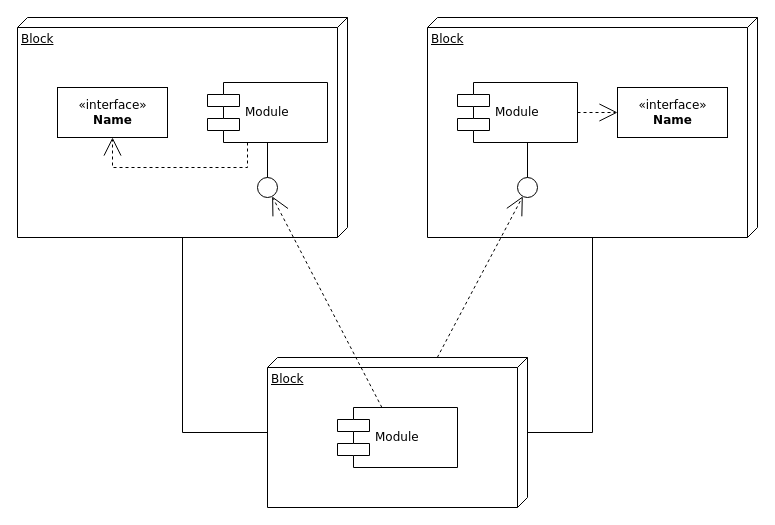
Earlier version of the draw.io diagram Untitled Diagram.drawio (IQ-Devs/gate). Source tidied: cells renumbered, new cells numbered last; positions are measured from the earlier drawing's top-left corner, leaving out a move shared by most shapes. Both pictures are drawn from the tidied source at 100%, with x=0, y=0 at pixel (17, 17).
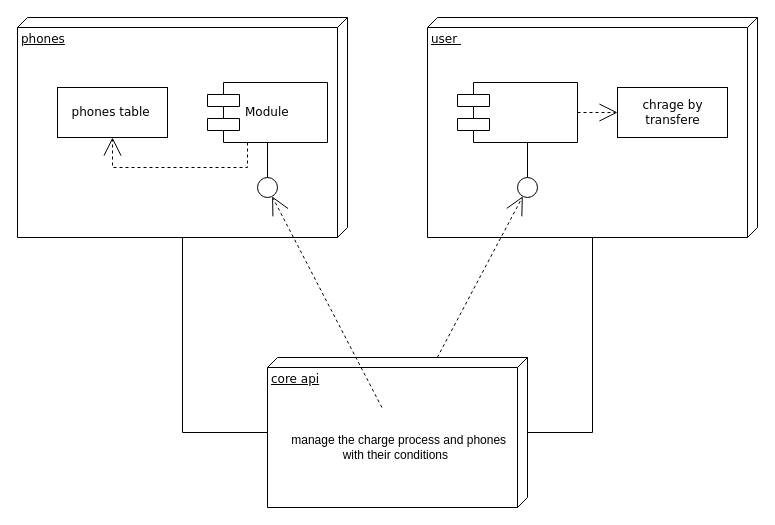
The same page after the edit.

Commit message:
first shape of the structure \

The change refers to these unchanged cells:
```xml
<mxCell id="7" style="ellipse;whiteSpace=wrap;html=1;rounded=0;shadow=0;comic=0;labelBackgroundColor=none;strokeWidth=1;fontFamily=Verdana;fontSize=12;align=center;" parent="1" vertex="1">
  <mxGeometry x="240" y="160" width="20" height="20" as="geometry" />
</mxCell>
```

What changed in the source:
```diff
@@
-    <mxCell id="2" value="Block" style="verticalAlign=top;align=left;spacingTop=8;spacingLeft=2;spacingRight=12;shape=cube;size=10;direction=south;fontStyle=4;html=1;rounded=0;shadow=0;comic=0;labelBackgroundColor=none;strokeWidth=1;fontFamily=Verdana;fontSize=12;" parent="1" vertex="1">
+    <mxCell id="2" value="phones&lt;br&gt;" style="verticalAlign=top;align=left;spacingTop=8;spacingLeft=2;spacingRight=12;shape=cube;size=10;direction=south;fontStyle=4;html=1;rounded=0;shadow=0;comic=0;labelBackgroundColor=none;strokeWidth=1;fontFamily=Verdana;fontSize=12;" parent="1" vertex="1">
       <mxGeometry width="330" height="220" as="geometry" />
     </mxCell>
-    <mxCell id="3" value="Block" style="verticalAlign=top;align=left;spacingTop=8;spacingLeft=2;spacingRight=12;shape=cube;size=10;direction=south;fontStyle=4;html=1;rounded=0;shadow=0;comic=0;labelBackgroundColor=none;strokeWidth=1;fontFamily=Verdana;fontSize=12;" parent="1" vertex="1">
+    <mxCell id="3" value="user&amp;nbsp;" style="verticalAlign=top;align=left;spacingTop=8;spacingLeft=2;spacingRight=12;shape=cube;size=10;direction=south;fontStyle=4;html=1;rounded=0;shadow=0;comic=0;labelBackgroundColor=none;strokeWidth=1;fontFamily=Verdana;fontSize=12;" parent="1" vertex="1">
       <mxGeometry x="410" width="330" height="220" as="geometry" />
     </mxCell>
-    <mxCell id="4" value="Block" style="verticalAlign=top;align=left;spacingTop=8;spacingLeft=2;spacingRight=12;shape=cube;size=10;direction=south;fontStyle=4;html=1;rounded=0;shadow=0;comic=0;labelBackgroundColor=none;strokeWidth=1;fontFamily=Verdana;fontSize=12;" parent="1" vertex="1">
+    <mxCell id="4" value="core api" style="verticalAlign=top;align=left;spacingTop=8;spacingLeft=2;spacingRight=12;shape=cube;size=10;direction=south;fontStyle=4;html=1;rounded=0;shadow=0;comic=0;labelBackgroundColor=none;strokeWidth=1;fontFamily=Verdana;fontSize=12;" parent="1" vertex="1">
       <mxGeometry x="250" y="340" width="260" height="150" as="geometry" />
     </mxCell>
-    <mxCell id="5" value="&amp;laquo;interface&amp;raquo;&lt;br&gt;&lt;b&gt;Name&lt;/b&gt;" style="html=1;rounded=0;shadow=0;comic=0;labelBackgroundColor=none;strokeWidth=1;fontFamily=Verdana;fontSize=12;align=center;" parent="1" vertex="1">
+    <mxCell id="5" value="phones table&amp;nbsp;" style="html=1;rounded=0;shadow=0;comic=0;labelBackgroundColor=none;strokeWidth=1;fontFamily=Verdana;fontSize=12;align=center;" parent="1" vertex="1">
       <mxGeometry x="40" y="70" width="110" height="50" as="geometry" />
     </mxCell>
@@
-    <mxCell id="8" value="Module" style="shape=component;align=left;spacingLeft=36;rounded=0;shadow=0;comic=0;labelBackgroundColor=none;strokeWidth=1;fontFamily=Verdana;fontSize=12;html=1;" parent="1" vertex="1">
+    <mxCell id="8" style="shape=component;align=left;spacingLeft=36;rounded=0;shadow=0;comic=0;labelBackgroundColor=none;strokeWidth=1;fontFamily=Verdana;fontSize=12;html=1;" parent="1" vertex="1">
       <mxGeometry x="440" y="65" width="120" height="60" as="geometry" />
     </mxCell>
-    <mxCell id="9" value="&amp;laquo;interface&amp;raquo;&lt;br&gt;&lt;b&gt;Name&lt;/b&gt;" style="html=1;rounded=0;shadow=0;comic=0;labelBackgroundColor=none;strokeWidth=1;fontFamily=Verdana;fontSize=12;align=center;" parent="1" vertex="1">
+    <mxCell id="9" value="chrage by &lt;br&gt;transfere" style="html=1;rounded=0;shadow=0;comic=0;labelBackgroundColor=none;strokeWidth=1;fontFamily=Verdana;fontSize=12;align=center;" parent="1" vertex="1">
       <mxGeometry x="600" y="70" width="110" height="50" as="geometry" />
     </mxCell>
@@
-    <mxCell id="11" value="Module" style="shape=component;align=left;spacingLeft=36;rounded=0;shadow=0;comic=0;labelBackgroundColor=none;strokeWidth=1;fontFamily=Verdana;fontSize=12;html=1;" parent="1" vertex="1">
-      <mxGeometry x="320" y="390" width="120" height="60" as="geometry" />
-    </mxCell>
-    <mxCell id="12" style="edgeStyle=none;rounded=0;html=1;dashed=1;labelBackgroundColor=none;startArrow=none;startFill=0;startSize=8;endArrow=open;endFill=0;endSize=16;fontFamily=Verdana;fontSize=12;" parent="1" edge="1" source="11" target="7">
-      <mxGeometry relative="1" as="geometry" />
+    <mxCell id="12" style="edgeStyle=none;rounded=0;html=1;dashed=1;labelBackgroundColor=none;startArrow=none;startFill=0;startSize=8;endArrow=open;endFill=0;endSize=16;fontFamily=Verdana;fontSize=12;" parent="1" edge="1" target="7">
+      <mxGeometry relative="1" as="geometry">
+        <mxPoint x="364.4" y="390" as="sourcePoint" />
+      </mxGeometry>
     </mxCell>
@@
+    <mxCell id="20" value="&amp;nbsp;manage the charge process and phones with their conditions&amp;nbsp;" style="text;html=1;strokeColor=none;fillColor=none;align=center;verticalAlign=middle;whiteSpace=wrap;rounded=0;" parent="1" vertex="1">
+      <mxGeometry x="260" y="390" width="240" height="80" as="geometry" />
+    </mxCell>
```
